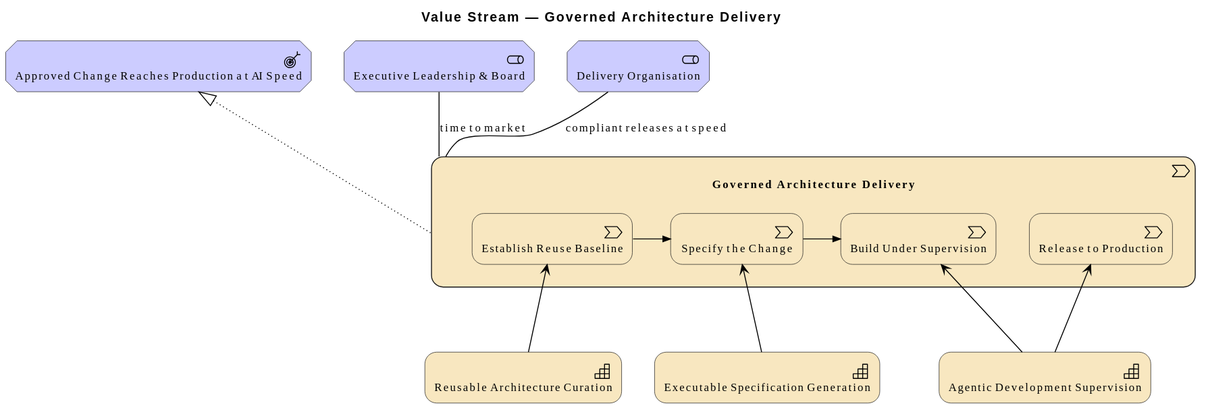
The PlantUML diagram architecture/model/diagrams/vision/6a-governed-delivery.svg in wolffy-au/frictionless-architect, before a commit.
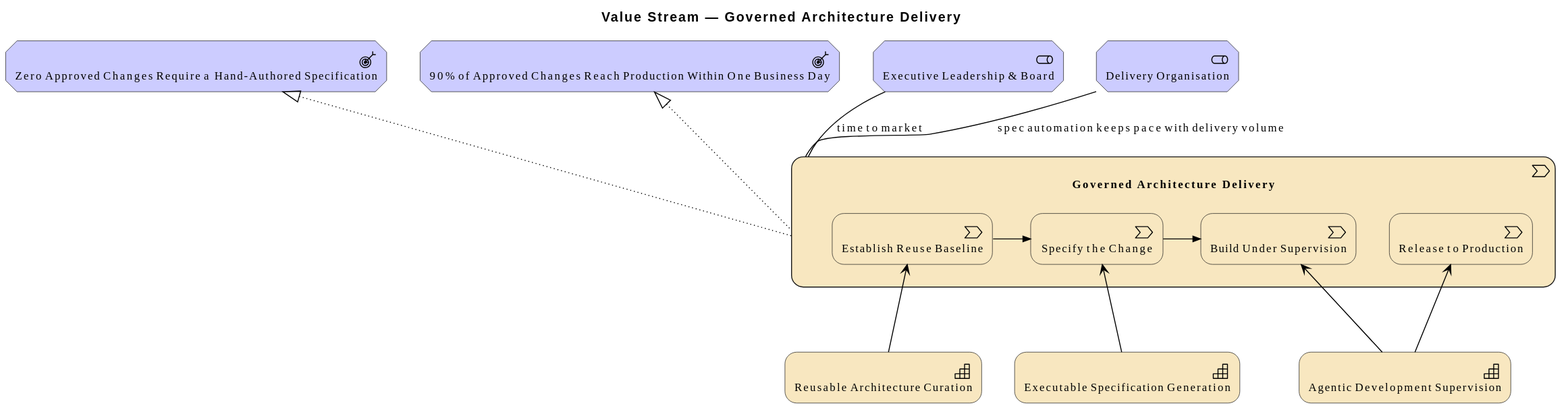
Above is the later version.

Diff of the diagram source:
```diff
@@ -5,7 +5,8 @@
 
 Motivation_Stakeholder(e_id19419ed668d556, "Executive Leadership & Board")
 Motivation_Stakeholder(e_idb1fdf098c7c056, "Delivery Organisation")
-Motivation_Outcome(e_id3be36e7ab88a59, "Approved Change Reaches Production at AI Speed")
+Motivation_Outcome(e_idd3d97949409b5a, "90% of Approved Changes Reach Production Within One Business Day")
+Motivation_Outcome(e_id54f1bb3695c550, "Zero Approved Changes Require a Hand-Authored Specification")
 Strategy_Capability(e_idafba1b4ab1e756, "Executable Specification Generation")
 Strategy_Capability(e_id4a1c34ab69d151, "Agentic Development Supervision")
 Strategy_Capability(e_id752d1de3794f5f, "Reusable Architecture Curation")
@@ -16,9 +17,10 @@
   Strategy_ValueStream(e_idf362f39778065d, "Release to Production")
 }
 
-Rel_Association(e_idb1fdf098c7c056, e_idcd5e1d4017725d, "compliant releases at speed")
+Rel_Association(e_idb1fdf098c7c056, e_idcd5e1d4017725d, "spec automation keeps pace with delivery volume")
 Rel_Association(e_id19419ed668d556, e_idcd5e1d4017725d, "time to market")
-Rel_Realization_Up(e_idcd5e1d4017725d, e_id3be36e7ab88a59, "")
+Rel_Realization_Up(e_idcd5e1d4017725d, e_idd3d97949409b5a, "")
+Rel_Realization_Up(e_idcd5e1d4017725d, e_id54f1bb3695c550, "")
 Rel_Serving_Up(e_id752d1de3794f5f, e_id447909387df55c, "")
 Rel_Serving_Up(e_idafba1b4ab1e756, e_id01dab436206551, "")
 Rel_Serving_Up(e_id4a1c34ab69d151, e_id36fbfe00214758, "")
```
